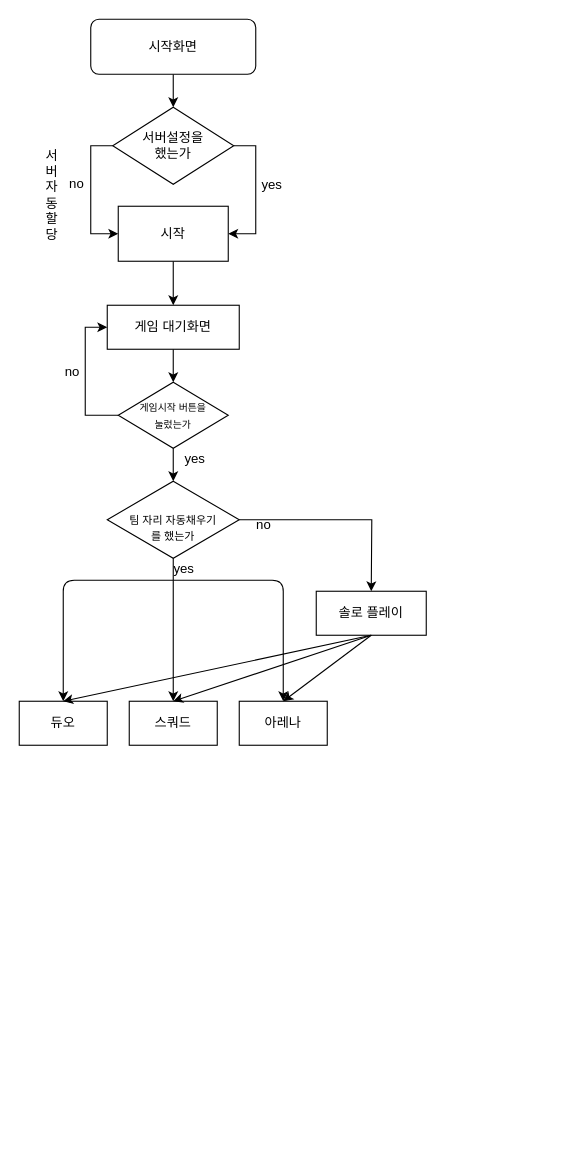
Before: 게임 시스템 14주차.drawio in Zet03/zet-Portfolio, a draw.io diagram. Source tidied: cells renumbered, new cells numbered last; positions are measured from the earlier drawing's top-left corner, leaving out a move shared by most shapes. Both pictures are drawn from the tidied source at 110%, with x=0, y=0 at pixel (19, 19).
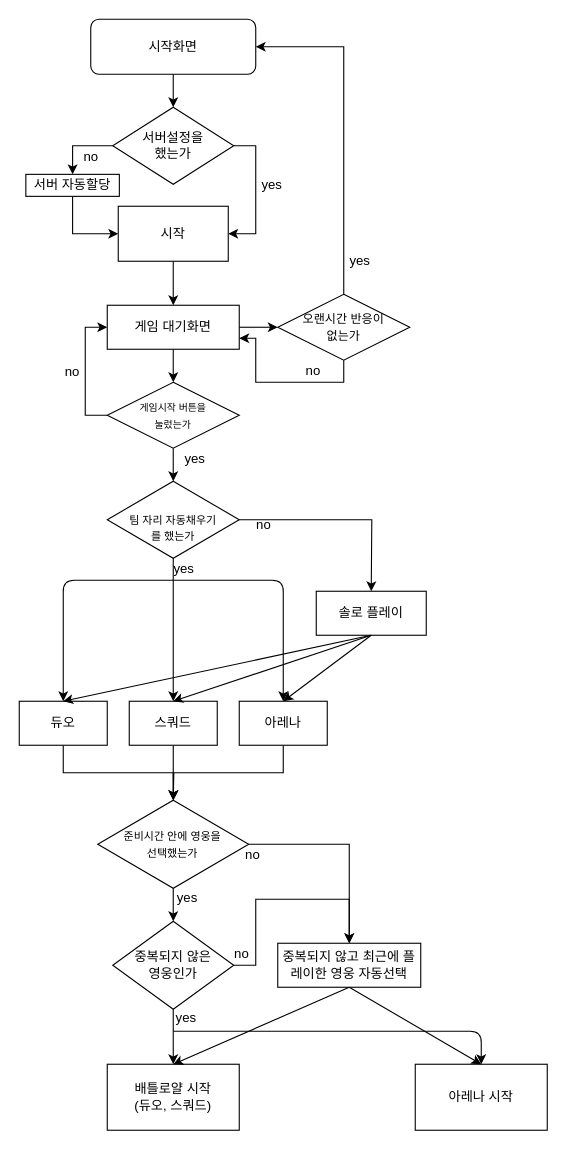
The same diagram, later.

Commit message (it also covers changes not shown here):
Update 게임 시스템 14주차.drawio

The change refers to these unchanged cells:
```xml
<mxCell id="3" value="시작화면" style="rounded=1;whiteSpace=wrap;html=1;fontSize=12;glass=0;strokeWidth=1;shadow=0;" parent="1" vertex="1">
  <mxGeometry x="65" width="150" height="50" as="geometry" />
</mxCell>
<mxCell id="6" value="서버설정을 &lt;br&gt;했는가" style="rhombus;whiteSpace=wrap;html=1;" parent="1" vertex="1">
  <mxGeometry x="85" y="80" width="110" height="70" as="geometry" />
</mxCell>
<mxCell id="24" value="시작" style="rounded=0;whiteSpace=wrap;html=1;shadow=0;sketch=0;" parent="1" vertex="1">
  <mxGeometry x="90" y="170" width="100" height="50" as="geometry" />
</mxCell>
<mxCell id="25" value="게임 대기화면" style="rounded=0;whiteSpace=wrap;html=1;shadow=0;sketch=0;" parent="1" vertex="1">
  <mxGeometry x="80" y="260" width="120" height="40" as="geometry" />
</mxCell>
<mxCell id="27" value="듀오" style="rounded=0;whiteSpace=wrap;html=1;shadow=0;sketch=0;" parent="1" vertex="1">
  <mxGeometry y="620" width="80" height="40" as="geometry" />
</mxCell>
<mxCell id="28" value="스쿼드" style="rounded=0;whiteSpace=wrap;html=1;shadow=0;sketch=0;" parent="1" vertex="1">
  <mxGeometry x="100" y="620" width="80" height="40" as="geometry" />
</mxCell>
<mxCell id="29" value="아레나" style="rounded=0;whiteSpace=wrap;html=1;shadow=0;sketch=0;" parent="1" vertex="1">
  <mxGeometry x="200" y="620" width="80" height="40" as="geometry" />
</mxCell>
```

What changed in the source:
```diff
@@
-    <mxCell id="4" style="edgeStyle=orthogonalEdgeStyle;rounded=0;jettySize=auto;html=1;exitX=0;exitY=0.5;exitDx=0;exitDy=0;entryX=0;entryY=0.5;entryDx=0;entryDy=0;" parent="1" edge="1" source="6" target="24">
-      <mxGeometry relative="1" as="geometry" />
-    </mxCell>
@@
+    <mxCell id="33" style="edgeStyle=orthogonalEdgeStyle;rounded=0;jettySize=auto;html=1;exitX=0;exitY=0.5;exitDx=0;exitDy=0;entryX=0.5;entryY=0;entryDx=0;entryDy=0;" parent="1" edge="1" source="6" target="9">
+      <mxGeometry relative="1" as="geometry" />
+    </mxCell>
@@
     <mxCell id="8" value="no" style="text;html=1;strokeColor=none;fillColor=none;align=center;verticalAlign=middle;whiteSpace=wrap;rounded=0;" parent="1" vertex="1">
-      <mxGeometry x="40" y="140" width="25" height="20" as="geometry" />
+      <mxGeometry x="53" y="115" width="25" height="20" as="geometry" />
     </mxCell>
-    <mxCell id="9" value="서버 자동할당" style="text;html=1;strokeColor=none;fillColor=none;align=center;verticalAlign=middle;whiteSpace=wrap;rounded=0;" parent="1" vertex="1">
-      <mxGeometry x="20" y="150" width="20" height="20" as="geometry" />
-    </mxCell>
@@
     <mxCell id="16" value="&lt;font style=&quot;font-size: 9px ; line-height: 120%&quot;&gt;게임시작 버튼을&lt;br style=&quot;font-size: 9px&quot;&gt;눌렀는가&lt;/font&gt;" style="rhombus;whiteSpace=wrap;html=1;" parent="1" vertex="1">
-      <mxGeometry x="90" y="330" width="100" height="60" as="geometry" />
+      <mxGeometry x="80" y="330" width="120" height="60" as="geometry" />
     </mxCell>
@@
+    <mxCell id="34" style="edgeStyle=orthogonalEdgeStyle;rounded=0;jettySize=auto;html=1;exitX=1;exitY=0.5;exitDx=0;exitDy=0;entryX=0;entryY=0.5;entryDx=0;entryDy=0;" parent="1" edge="1" source="25" target="40">
+      <mxGeometry relative="1" as="geometry" />
+    </mxCell>
@@
+    <mxCell id="35" style="edgeStyle=orthogonalEdgeStyle;rounded=0;jettySize=auto;html=1;exitX=0.5;exitY=1;exitDx=0;exitDy=0;entryX=0.5;entryY=0;entryDx=0;entryDy=0;" parent="1" edge="1" source="27" target="46">
+      <mxGeometry relative="1" as="geometry" />
+    </mxCell>
@@
+    <mxCell id="36" style="edgeStyle=orthogonalEdgeStyle;rounded=0;jettySize=auto;html=1;exitX=0.5;exitY=1;exitDx=0;exitDy=0;" parent="1" edge="1" source="28">
+      <mxGeometry relative="1" as="geometry">
+        <mxPoint x="140.1" y="710" as="targetPoint" />
+      </mxGeometry>
+    </mxCell>
@@
+    <mxCell id="37" style="edgeStyle=orthogonalEdgeStyle;rounded=0;jettySize=auto;html=1;exitX=0.5;exitY=1;exitDx=0;exitDy=0;" parent="1" edge="1" source="29">
+      <mxGeometry relative="1" as="geometry">
+        <mxPoint x="140" y="710" as="targetPoint" />
+      </mxGeometry>
+    </mxCell>
@@
+    <mxCell id="38" style="edgeStyle=orthogonalEdgeStyle;rounded=0;jettySize=auto;html=1;exitX=0.5;exitY=0;exitDx=0;exitDy=0;entryX=1;entryY=0.5;entryDx=0;entryDy=0;" parent="1" edge="1" source="40" target="3">
+      <mxGeometry relative="1" as="geometry" />
+    </mxCell>
+    <mxCell id="39" style="edgeStyle=orthogonalEdgeStyle;rounded=0;jettySize=auto;html=1;exitX=0.5;exitY=1;exitDx=0;exitDy=0;entryX=1;entryY=0.75;entryDx=0;entryDy=0;" parent="1" edge="1" source="40" target="25">
+      <mxGeometry relative="1" as="geometry" />
+    </mxCell>
+    <mxCell id="40" value="&lt;font style=&quot;font-size: 11px&quot;&gt;오랜시간 반응이&lt;br&gt;없는가&lt;/font&gt;" style="rhombus;whiteSpace=wrap;html=1;rounded=0;shadow=0;sketch=0;" parent="1" vertex="1">
+      <mxGeometry x="235" y="250" width="120" height="60" as="geometry" />
+    </mxCell>
+    <mxCell id="41" value="yes" style="text;html=1;strokeColor=none;fillColor=none;align=center;verticalAlign=middle;whiteSpace=wrap;rounded=0;" parent="1" vertex="1">
+      <mxGeometry x="290" y="210" width="40" height="20" as="geometry" />
+    </mxCell>
+    <mxCell id="42" value="no" style="text;html=1;strokeColor=none;fillColor=none;align=center;verticalAlign=middle;whiteSpace=wrap;rounded=0;" parent="1" vertex="1">
+      <mxGeometry x="255" y="310" width="25" height="20" as="geometry" />
+    </mxCell>
+    <mxCell id="43" style="edgeStyle=orthogonalEdgeStyle;rounded=0;jettySize=auto;html=1;exitX=0.5;exitY=1;exitDx=0;exitDy=0;entryX=0;entryY=0.5;entryDx=0;entryDy=0;" parent="1" edge="1" source="9" target="24">
+      <mxGeometry relative="1" as="geometry" />
+    </mxCell>
+    <mxCell id="9" value="서버 자동할당" style="rounded=0;whiteSpace=wrap;html=1;shadow=0;sketch=0;" parent="1" vertex="1">
+      <mxGeometry x="6" y="141" width="85" height="20" as="geometry" />
+    </mxCell>
+    <mxCell id="44" style="edgeStyle=orthogonalEdgeStyle;rounded=0;jettySize=auto;html=1;exitX=0.5;exitY=1;exitDx=0;exitDy=0;entryX=0.5;entryY=0;entryDx=0;entryDy=0;" parent="1" edge="1" source="46" target="49">
+      <mxGeometry relative="1" as="geometry" />
+    </mxCell>
+    <mxCell id="45" style="edgeStyle=orthogonalEdgeStyle;rounded=0;jettySize=auto;html=1;exitX=1;exitY=0.5;exitDx=0;exitDy=0;entryX=0.5;entryY=0;entryDx=0;entryDy=0;" parent="1" edge="1" source="46" target="56">
+      <mxGeometry relative="1" as="geometry" />
+    </mxCell>
+    <mxCell id="46" value="&lt;font style=&quot;font-size: 10px&quot;&gt;준비시간 안에 영웅을 &lt;br style=&quot;font-size: 9px&quot;&gt;선택했는가&lt;/font&gt;" style="rhombus;whiteSpace=wrap;html=1;rounded=0;shadow=0;sketch=0;" parent="1" vertex="1">
+      <mxGeometry x="71.4" y="710" width="137.2" height="80" as="geometry" />
+    </mxCell>
+    <mxCell id="47" style="edgeStyle=orthogonalEdgeStyle;rounded=0;jettySize=auto;html=1;exitX=0.5;exitY=1;exitDx=0;exitDy=0;entryX=0.5;entryY=0;entryDx=0;entryDy=0;" parent="1" edge="1" source="49" target="50">
+      <mxGeometry relative="1" as="geometry" />
+    </mxCell>
+    <mxCell id="48" style="edgeStyle=orthogonalEdgeStyle;rounded=0;jettySize=auto;html=1;exitX=1;exitY=0.5;exitDx=0;exitDy=0;entryX=0.5;entryY=0;entryDx=0;entryDy=0;" parent="1" edge="1" source="49" target="56">
+      <mxGeometry relative="1" as="geometry" />
+    </mxCell>
+    <mxCell id="49" value="중복되지 않은&lt;br&gt;영웅인가" style="rhombus;whiteSpace=wrap;html=1;rounded=0;shadow=0;sketch=0;" parent="1" vertex="1">
+      <mxGeometry x="85" y="820" width="110" height="80" as="geometry" />
+    </mxCell>
+    <mxCell id="50" value="배틀로얄 시작&lt;br&gt;(듀오, 스쿼드)" style="rounded=0;whiteSpace=wrap;html=1;shadow=0;sketch=0;" parent="1" vertex="1">
+      <mxGeometry x="80" y="950" width="120" height="60" as="geometry" />
+    </mxCell>
+    <mxCell id="51" value="아레나 시작" style="rounded=0;whiteSpace=wrap;html=1;shadow=0;sketch=0;" parent="1" vertex="1">
+      <mxGeometry x="360" y="950" width="120" height="60" as="geometry" />
+    </mxCell>
+    <mxCell id="52" style="endArrow=classic;html=1;entryX=0.5;entryY=0;entryDx=0;entryDy=0;" parent="1" edge="1" target="51">
+      <mxGeometry relative="1" as="geometry">
+        <mxPoint x="140" y="920" as="sourcePoint" />
+        <Array as="points">
+          <mxPoint x="420" y="920" />
+        </Array>
+      </mxGeometry>
+    </mxCell>
+    <mxCell id="53" value="yes" style="text;html=1;strokeColor=none;fillColor=none;align=center;verticalAlign=middle;whiteSpace=wrap;rounded=0;" parent="1" vertex="1">
+      <mxGeometry x="133" y="789" width="40" height="20" as="geometry" />
+    </mxCell>
+    <mxCell id="54" value="no" style="text;html=1;strokeColor=none;fillColor=none;align=center;verticalAlign=middle;whiteSpace=wrap;rounded=0;" parent="1" vertex="1">
+      <mxGeometry x="200" y="750" width="25" height="20" as="geometry" />
+    </mxCell>
+    <mxCell id="55" value="yes" style="text;html=1;strokeColor=none;fillColor=none;align=center;verticalAlign=middle;whiteSpace=wrap;rounded=0;" parent="1" vertex="1">
+      <mxGeometry x="132" y="898" width="40" height="20" as="geometry" />
+    </mxCell>
+    <mxCell id="56" value="중복되지 않고 최근에 플레이한 영웅 자동선택" style="rounded=0;whiteSpace=wrap;html=1;shadow=0;sketch=0;" parent="1" vertex="1">
+      <mxGeometry x="235" y="840" width="130" height="40" as="geometry" />
+    </mxCell>
+    <mxCell id="57" value="no" style="text;html=1;strokeColor=none;fillColor=none;align=center;verticalAlign=middle;whiteSpace=wrap;rounded=0;" parent="1" vertex="1">
+      <mxGeometry x="190" y="840" width="25" height="20" as="geometry" />
+    </mxCell>
+    <mxCell id="58" style="endArrow=classic;html=1;exitX=0.5;exitY=1;exitDx=0;exitDy=0;entryX=0.5;entryY=0;entryDx=0;entryDy=0;" parent="1" edge="1" source="56" target="50">
+      <mxGeometry relative="1" as="geometry" />
+    </mxCell>
+    <mxCell id="59" style="endArrow=classic;html=1;entryX=0.5;entryY=0;entryDx=0;entryDy=0;exitX=0.5;exitY=1;exitDx=0;exitDy=0;" parent="1" edge="1" source="56" target="51">
+      <mxGeometry relative="1" as="geometry" />
+    </mxCell>
```
